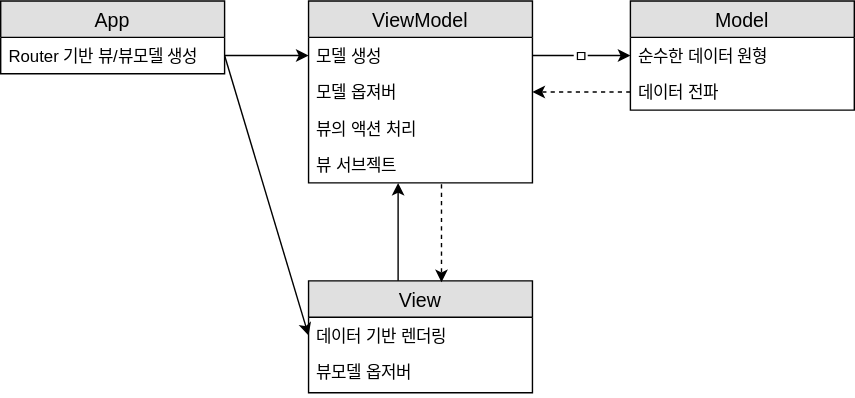
The draw.io diagram assets/img/diagram/mvvm.svg in ChoDragon9/chodragon9.github.io, before a commit. Source tidied: cells renumbered, new cells last; positions are measured from the earlier drawing's top-left corner, leaving out a move shared by most shapes.
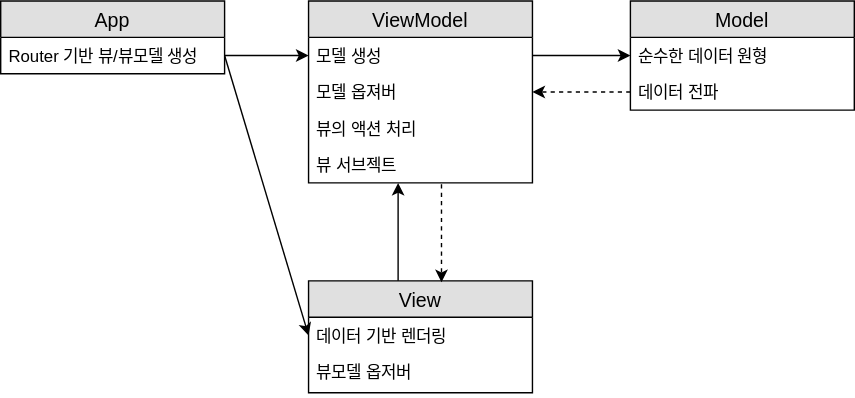
Later version of the same file.

Diff of the diagram source:
```diff
@@ -35,7 +35,7 @@
     <mxCell id="12" value="데이터 전파" style="text;strokeColor=none;fillColor=none;spacingLeft=4;spacingRight=4;overflow=hidden;points=[[0,0.5],[1,0.5]];portConstraint=eastwest;fontSize=12;" parent="10" vertex="1">
       <mxGeometry y="52" width="160" height="26" as="geometry" />
     </mxCell>
-    <mxCell id="13" value="ㅁ" style="endArrow=classic;html=1;entryX=0;entryY=0.5;exitX=1;exitY=0.5;" parent="1" edge="1" source="3" target="11">
+    <mxCell id="13" style="endArrow=classic;html=1;entryX=0;entryY=0.5;exitX=1;exitY=0.5;" parent="1" edge="1" source="3" target="11">
       <mxGeometry relative="1" as="geometry" />
     </mxCell>
     <mxCell id="14" style="endArrow=classic;html=1;exitX=0;exitY=0.5;entryX=1;entryY=0.5;dashed=1;" parent="1" edge="1" source="12">
```
